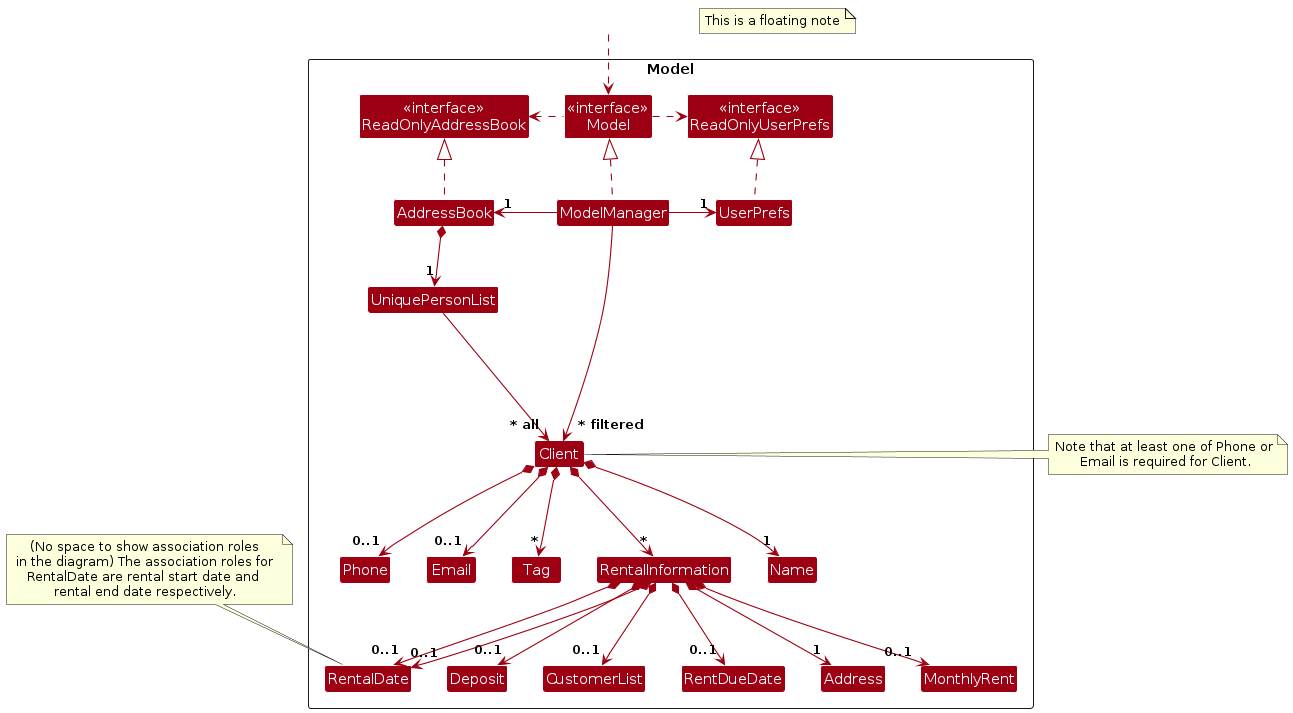
The PlantUML diagram diagrams/ModelClassDiagram.png in AY2425S1-CS2103T-T15-1/tp, before a commit. Its source is kept beside it as diagrams/ModelClassDiagram.puml.
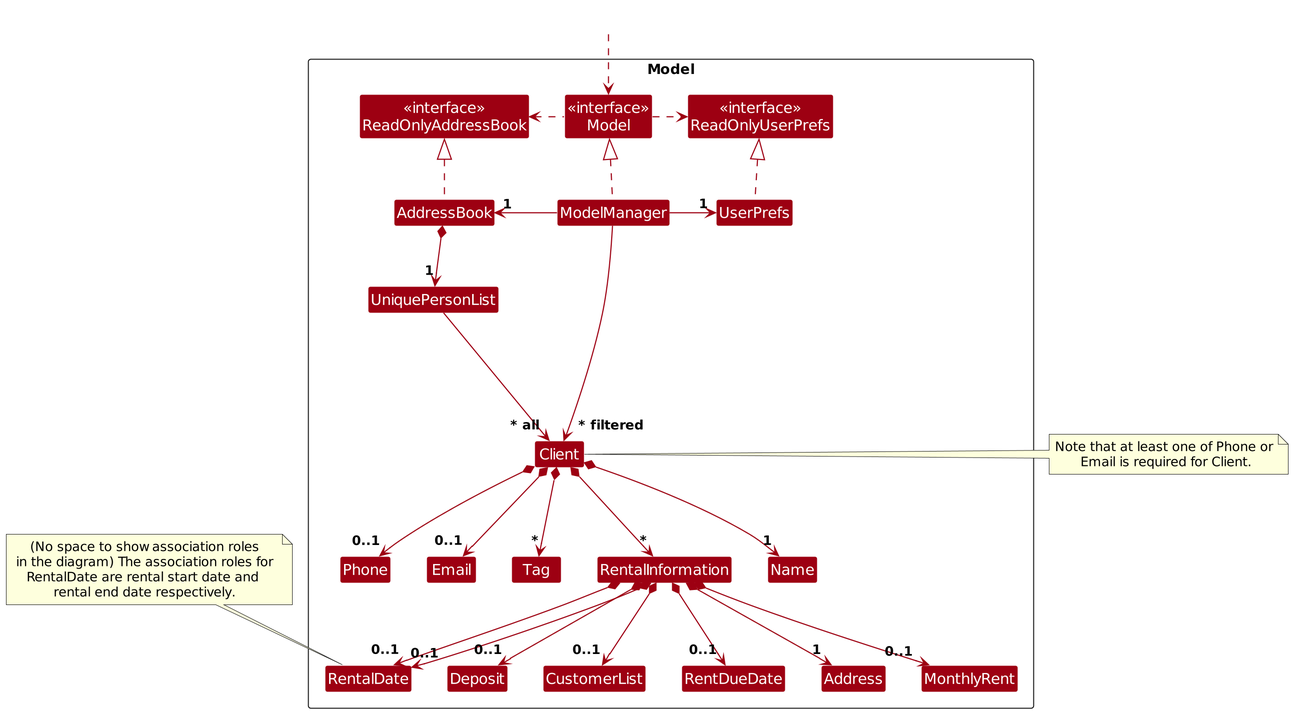
Above is the later version.

What changed in the source:
```diff
@@ -1,5 +1,6 @@
 @startuml
 !include style.puml
+scale 2
 skinparam arrowThickness 1.1
 skinparam arrowColor MODEL_COLOR
 skinparam classBackgroundColor MODEL_COLOR
@@ -50,8 +51,6 @@
 Client *--> "*" Tag
 Client *--> "*" RentalInformation
 
-note "This is a floating note" as N1
-
 RentalInformation *--> "0..1" RentalDate
 RentalInformation *--> "0..1" RentalDate
 RentalInformation *--> "1" Address
```
